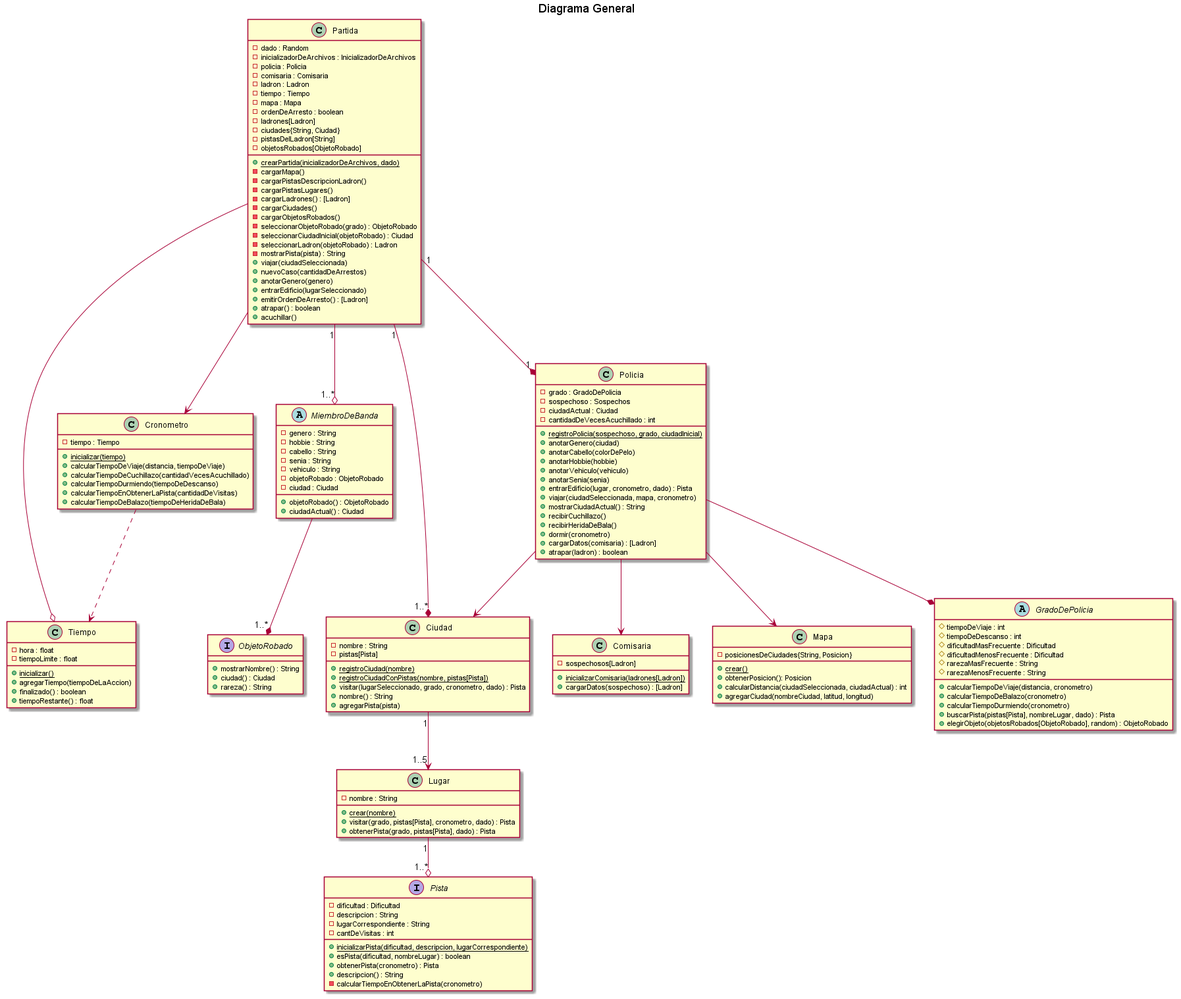
The PlantUML diagram diagrams/classes/entrega2/DC_general.png in kmu01/Algo3_tp2, before a commit. The source it was exported from:
```plantuml
@startuml
title Diagrama General


class Ciudad{
    - nombre : String
    - pistas[Pista]
    + {static} registroCiudad(nombre)
    + {static} registroCiudadConPistas(nombre, pistas[Pista])
    + visitar(lugarSeleccionado, grado, cronometro, dado) : Pista
    + nombre() : String
    + agregarPista(pista)

}

class Comisaria {
    - sospechosos[Ladron]
    + {static} inicializarComisaria(ladrones[Ladron])
    + cargarDatos(sospechoso) : [Ladron]
}

class Cronometro {
    - tiempo : Tiempo
    + {static} inicializar(tiempo)
    + calcularTiempoDeViaje(distancia, tiempoDeViaje)
    + calcularTiempoDeCuchillazo(cantidadVecesAcuchillado)
    + calcularTiempoDurmiendo(tiempoDeDescanso)
    + calcularTiempoEnObtenerLaPista(cantidadDeVisitas)
    + calcularTiempoDeBalazo(tiempoDeHeridaDeBala)
}

class Partida{
    - dado : Random
    - inicializadorDeArchivos : InicializadorDeArchivos
    - policia : Policia
    - comisaria : Comisaria
    - ladron : Ladron
    - tiempo : Tiempo
    - mapa : Mapa
    - ordenDeArresto : boolean
    - ladrones[Ladron]
    - ciudades{String, Ciudad}
    - pistasDelLadron[String]
    - objetosRobados[ObjetoRobado]
    + {static} crearPartida(inicializadorDeArchivos, dado)
    - cargarMapa()
    - cargarPistasDescripcionLadron()
    - cargarPistasLugares()
    - cargarLadrones() : [Ladron]
    - cargarCiudades()
    - cargarObjetosRobados()
    - seleccionarObjetoRobado(grado) : ObjetoRobado
    - seleccionarCiudadInicial(objetoRobado) : Ciudad
    - seleccionarLadron(objetoRobado) : Ladron
    - mostrarPista(pista) : String
    + viajar(ciudadSeleccionada)
    + nuevoCaso(cantidadDeArrestos)
    + anotarGenero(genero)
    + entrarEdificio(lugarSeleccionado)
    + emitirOrdenDeArresto() : [Ladron]
    + atrapar() : boolean
    + acuchillar()
}

abstract class MiembroDeBanda{
    - genero : String
    - hobbie : String
    - cabello : String
    - senia : String
    - vehiculo : String
    - objetoRobado : ObjetoRobado
    - ciudad : Ciudad
    + objetoRobado() : ObjetoRobado
    + ciudadActual() : Ciudad
}



class Policia{
    - grado : GradoDePolicia
    - sospechoso : Sospechos
    - ciudadActual : Ciudad
    - cantidadDeVecesAcuchillado : int
    + {static} registroPolicia(sospechoso, grado, ciudadInicial)
    + anotarGenero(ciudad)
    + anotarCabello(colorDePelo)
    + anotarHobbie(hobbie)
    + anotarVehiculo(vehiculo)
    + anotarSenia(senia)
    + entrarEdificio(lugar, cronometro, dado) : Pista
    + viajar(ciudadSeleccionada, mapa, cronometro)
    + mostrarCiudadActual() : String
    + recibirCuchillazo()
    + recibirHeridaDeBala()
    + dormir(cronometro)
    + cargarDatos(comisaria) : [Ladron]
    + atrapar(ladron) : boolean
}

class Mapa{
    - posicionesDeCiudades{String, Posicion}
    + {static} crear()
    + obtenerPosicion(): Posicion
    + calcularDistancia(ciudadSeleccionada, ciudadActual) : int
    + agregarCiudad(nombreCiudad, latitud, longitud)
}

abstract class GradoDePolicia{
    # tiempoDeViaje : int
    # tiempoDeDescanso : int
    # dificultadMasFrecuente : Dificultad
    # dificultadMenosFrecuente : Dificultad
    # rarezaMasFrecuente : String
    # rarezaMenosFrecuente : String
    + calcularTiempoDeViaje(distancia, cronometro)
    + calcularTiempoDeBalazo(cronometro)
    + calcularTiempoDurmiendo(cronometro)
    + buscarPista(pistas[Pista], nombreLugar, dado) : Pista
    + elegirObjeto(objetosRobados[ObjetoRobado], random) : ObjetoRobado
}

class Lugar{
    - nombre : String
    + {static} crear(nombre)
    + visitar(grado, pistas[Pista], cronometro, dado) : Pista
    + obtenerPista(grado, pistas[Pista], dado) : Pista
}

interface Pista{
    - dificultad : Dificultad
    - descripcion : String
    - lugarCorrespondiente : String
    - cantDeVisitas : int
    + {static} inicializarPista(dificultad, descripcion, lugarCorrespondiente)
    + esPista(dificultad, nombreLugar) : boolean
    + obtenerPista(cronometro) : Pista
    + descripcion() : String
    - calcularTiempoEnObtenerLaPista(cronometro)
}

interface ObjetoRobado{
	+ mostrarNombre() : String
	+ ciudad() : Ciudad
	+ rareza() : String
}

class Tiempo{
    - hora : float
    - tiempoLimite : float
    + {static} inicializar()
    + agregarTiempo(tiempoDeLaAccion)
    + finalizado() : boolean
    + tiempoRestante() : float
}


Partida "1" --o "1..*" MiembroDeBanda
Partida"1" --* "1"Policia
Partida --o Tiempo
Policia --* GradoDePolicia
Policia --> Mapa
Partida "1" --* "1..*" Ciudad
Policia --> Ciudad
Ciudad "1" --> "1..5"Lugar
Lugar "1" --o "1..*" Pista
MiembroDeBanda --* "1..*" ObjetoRobado
Policia --> Comisaria
Cronometro ..> Tiempo
Partida --> Cronometro


@enduml
```
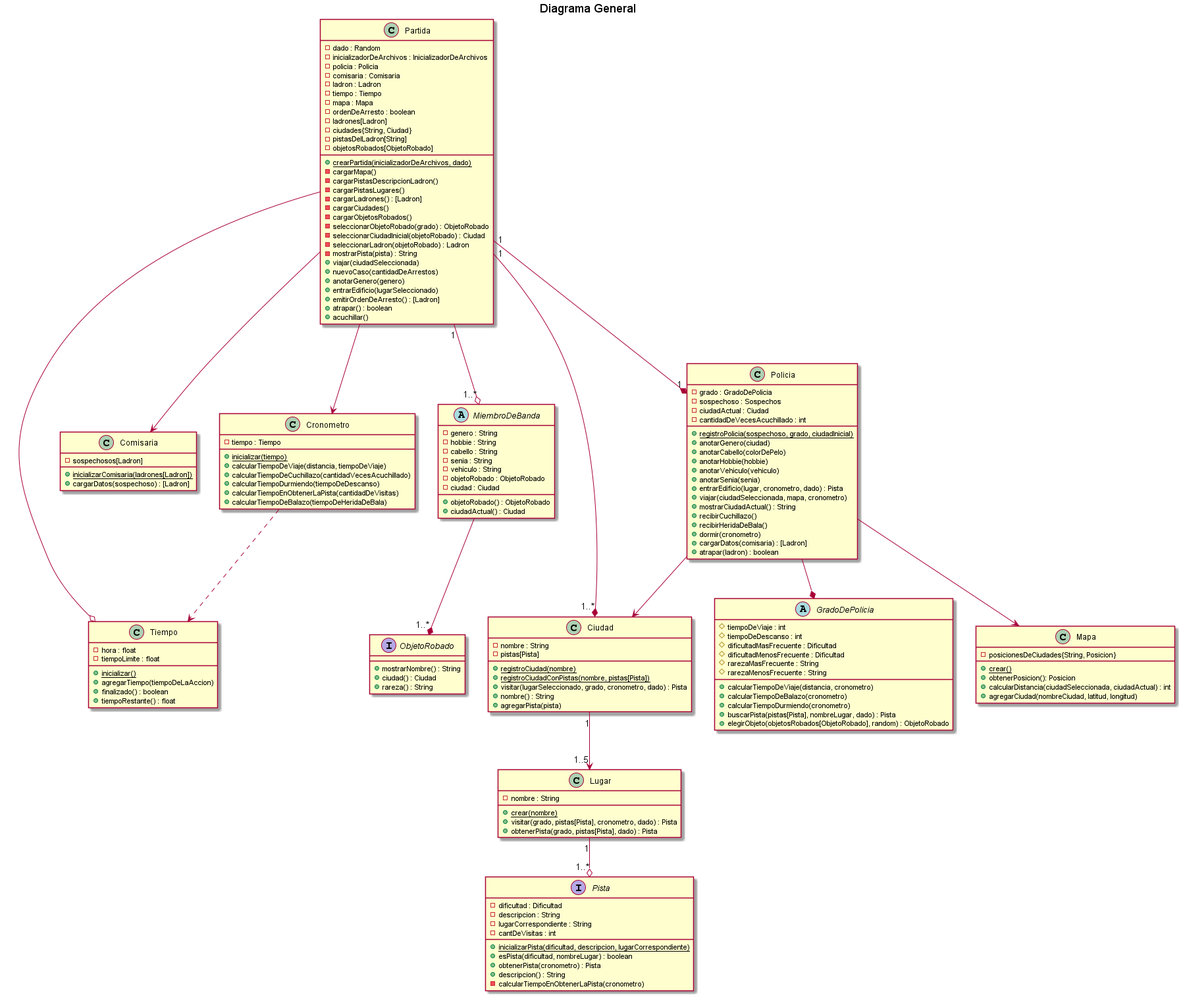
Above is the later version.

Change to the diagram source:
```diff
@@ -163,8 +163,9 @@
 Policia --> Ciudad
 Ciudad "1" --> "1..5"Lugar
 Lugar "1" --o "1..*" Pista
+
 MiembroDeBanda --* "1..*" ObjetoRobado
-Policia --> Comisaria
+Partida --> Comisaria
 Cronometro ..> Tiempo
 Partida --> Cronometro
 
```
